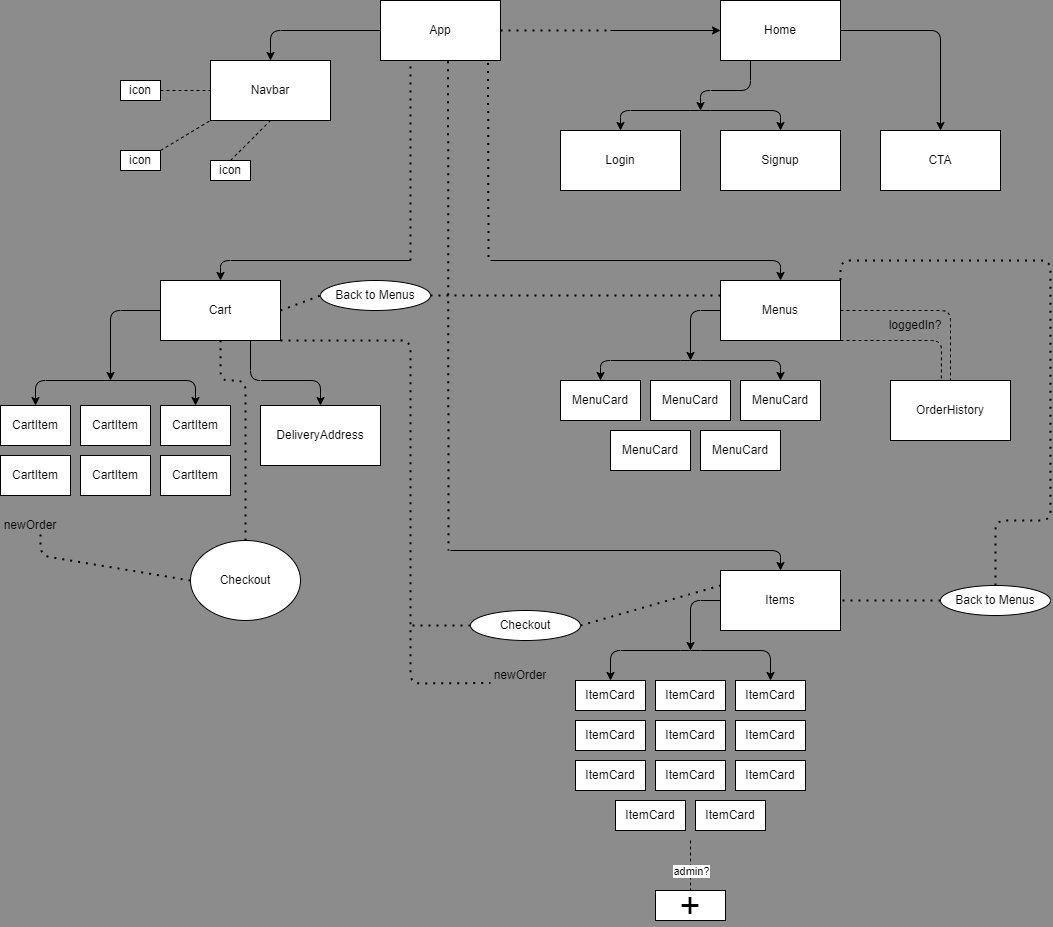
This is public/media/v1.png from matthewkohn/food-court-delivery, a draw.io export, as it was before one commit. Source tidied: cells renumbered, new cells last; positions are measured from the earlier drawing's top-left corner, leaving out a move shared by most shapes.
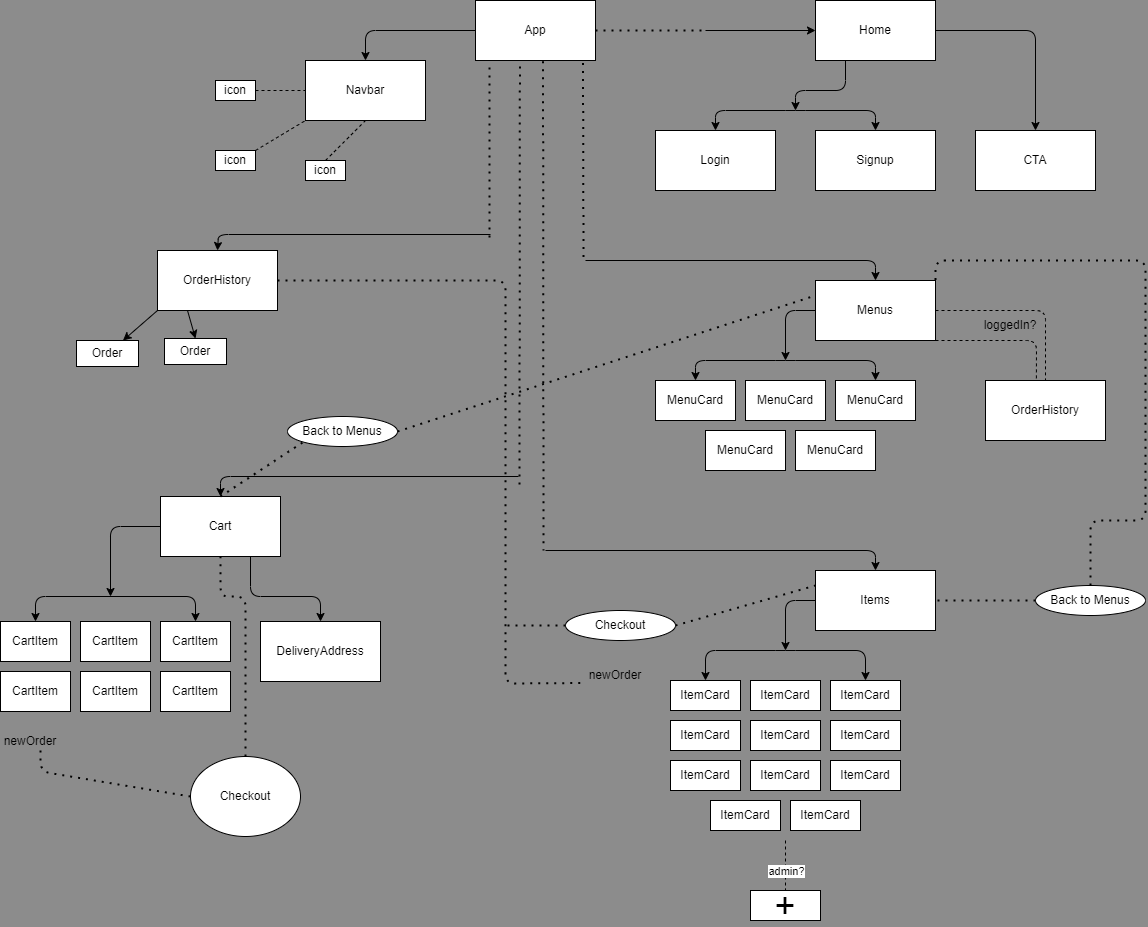
Above is the later version.

Diff of the diagram source:
```diff
@@ -238,73 +238,78 @@
       </mxGeometry>
     </mxCell>
     <mxCell id="55" value="Cart" style="rounded=0;whiteSpace=wrap;html=1;" parent="1" vertex="1">
-      <mxGeometry x="160" y="280" width="120" height="60" as="geometry" />
+      <mxGeometry x="65" y="496" width="120" height="60" as="geometry" />
     </mxCell>
-    <mxCell id="56" style="endArrow=none;dashed=1;html=1;dashPattern=1 3;strokeWidth=2;entryX=0.25;entryY=1;entryDx=0;entryDy=0;" parent="1" edge="1" target="2">
+    <mxCell id="56" style="endArrow=none;dashed=1;html=1;dashPattern=1 3;strokeWidth=2;" parent="1" edge="1">
       <mxGeometry relative="1" as="geometry">
-        <mxPoint x="410" y="260" as="sourcePoint" />
+        <mxPoint x="394" y="237" as="sourcePoint" />
+        <mxPoint x="394" y="63" as="targetPoint" />
+        <Array as="points">
+          <mxPoint x="394" y="237" />
+          <mxPoint x="394" y="209" />
+        </Array>
       </mxGeometry>
     </mxCell>
     <mxCell id="57" style="endArrow=classic;html=1;entryX=0.5;entryY=0;entryDx=0;entryDy=0;" parent="1" edge="1" target="55">
       <mxGeometry relative="1" as="geometry">
-        <mxPoint x="410" y="260" as="sourcePoint" />
+        <mxPoint x="423" y="476" as="sourcePoint" />
         <Array as="points">
-          <mxPoint x="220" y="260" />
+          <mxPoint x="125" y="476" />
         </Array>
       </mxGeometry>
     </mxCell>
     <mxCell id="58" value="CartItem" style="rounded=0;whiteSpace=wrap;html=1;" parent="1" vertex="1">
-      <mxGeometry y="405" width="70" height="40" as="geometry" />
+      <mxGeometry x="-95" y="621" width="70" height="40" as="geometry" />
     </mxCell>
     <mxCell id="59" value="CartItem" style="rounded=0;whiteSpace=wrap;html=1;" parent="1" vertex="1">
-      <mxGeometry x="80" y="455" width="70" height="40" as="geometry" />
+      <mxGeometry x="-15" y="671" width="70" height="40" as="geometry" />
     </mxCell>
     <mxCell id="60" value="CartItem" style="rounded=0;whiteSpace=wrap;html=1;" parent="1" vertex="1">
-      <mxGeometry x="80" y="405" width="70" height="40" as="geometry" />
+      <mxGeometry x="-15" y="621" width="70" height="40" as="geometry" />
     </mxCell>
     <mxCell id="61" value="CartItem" style="rounded=0;whiteSpace=wrap;html=1;" parent="1" vertex="1">
-      <mxGeometry y="455" width="70" height="40" as="geometry" />
+      <mxGeometry x="-95" y="671" width="70" height="40" as="geometry" />
     </mxCell>
     <mxCell id="62" value="CartItem" style="rounded=0;whiteSpace=wrap;html=1;" parent="1" vertex="1">
-      <mxGeometry x="160" y="455" width="70" height="40" as="geometry" />
+      <mxGeometry x="65" y="671" width="70" height="40" as="geometry" />
     </mxCell>
     <mxCell id="63" value="CartItem" style="rounded=0;whiteSpace=wrap;html=1;" parent="1" vertex="1">
-      <mxGeometry x="160" y="405" width="70" height="40" as="geometry" />
+      <mxGeometry x="65" y="621" width="70" height="40" as="geometry" />
     </mxCell>
     <mxCell id="64" style="endArrow=classic;html=1;exitX=0;exitY=0.5;exitDx=0;exitDy=0;" parent="1" edge="1" source="55">
       <mxGeometry relative="1" as="geometry">
-        <mxPoint x="110" y="380" as="targetPoint" />
+        <mxPoint x="15" y="596" as="targetPoint" />
         <Array as="points">
-          <mxPoint x="110" y="310" />
+          <mxPoint x="15" y="526" />
         </Array>
       </mxGeometry>
     </mxCell>
     <mxCell id="65" style="endArrow=classic;startArrow=classic;html=1;exitX=0.5;exitY=0;exitDx=0;exitDy=0;entryX=0.5;entryY=0;entryDx=0;entryDy=0;" parent="1" edge="1" source="58" target="63">
       <mxGeometry relative="1" as="geometry">
         <Array as="points">
-          <mxPoint x="35" y="380" />
-          <mxPoint x="195" y="380" />
+          <mxPoint x="-60" y="596" />
+          <mxPoint x="100" y="596" />
         </Array>
       </mxGeometry>
     </mxCell>
     <mxCell id="66" value="DeliveryAddress" style="rounded=0;whiteSpace=wrap;html=1;" parent="1" vertex="1">
-      <mxGeometry x="260" y="405" width="120" height="60" as="geometry" />
+      <mxGeometry x="165" y="621" width="120" height="60" as="geometry" />
     </mxCell>
     <mxCell id="67" style="endArrow=classic;html=1;exitX=0.75;exitY=1;exitDx=0;exitDy=0;entryX=0.5;entryY=0;entryDx=0;entryDy=0;" parent="1" edge="1" source="55" target="66">
       <mxGeometry relative="1" as="geometry">
         <Array as="points">
-          <mxPoint x="250" y="380" />
-          <mxPoint x="320" y="380" />
+          <mxPoint x="155" y="596" />
+          <mxPoint x="225" y="596" />
         </Array>
       </mxGeometry>
     </mxCell>
     <mxCell id="68" value="Back to Menus" style="ellipse;whiteSpace=wrap;html=1;" parent="1" vertex="1">
-      <mxGeometry x="320" y="280" width="110" height="30" as="geometry" />
+      <mxGeometry x="192" y="416" width="110" height="30" as="geometry" />
     </mxCell>
     <mxCell id="69" value="Checkout" style="ellipse;whiteSpace=wrap;html=1;" parent="1" vertex="1">
-      <mxGeometry x="190" y="540" width="110" height="80" as="geometry" />
+      <mxGeometry x="95" y="756" width="110" height="80" as="geometry" />
     </mxCell>
-    <mxCell id="70" style="endArrow=none;dashed=1;html=1;dashPattern=1 3;strokeWidth=2;exitX=1;exitY=0.5;exitDx=0;exitDy=0;entryX=0;entryY=0.5;entryDx=0;entryDy=0;" parent="1" edge="1" source="55" target="68">
+    <mxCell id="70" style="endArrow=none;dashed=1;html=1;dashPattern=1 3;strokeWidth=2;exitX=0.5;exitY=0;exitDx=0;exitDy=0;entryX=0;entryY=1;entryDx=0;entryDy=0;" parent="1" edge="1" source="55" target="68">
       <mxGeometry relative="1" as="geometry" />
     </mxCell>
     <mxCell id="71" style="endArrow=none;dashed=1;html=1;dashPattern=1 3;strokeWidth=2;exitX=1;exitY=0.5;exitDx=0;exitDy=0;entryX=0;entryY=0.25;entryDx=0;entryDy=0;" parent="1" edge="1" source="68" target="11">
@@ -313,29 +318,29 @@
     <mxCell id="72" style="endArrow=none;dashed=1;html=1;dashPattern=1 3;strokeWidth=2;exitX=0.5;exitY=0;exitDx=0;exitDy=0;entryX=0.5;entryY=1;entryDx=0;entryDy=0;" parent="1" edge="1" source="69" target="55">
       <mxGeometry relative="1" as="geometry">
         <Array as="points">
-          <mxPoint x="245" y="380" />
-          <mxPoint x="220" y="380" />
+          <mxPoint x="150" y="596" />
+          <mxPoint x="125" y="596" />
         </Array>
       </mxGeometry>
     </mxCell>
     <mxCell id="73" style="endArrow=none;dashed=1;html=1;dashPattern=1 3;strokeWidth=2;exitX=0;exitY=0.5;exitDx=0;exitDy=0;" parent="1" edge="1" source="69">
       <mxGeometry relative="1" as="geometry">
-        <mxPoint x="40" y="530" as="targetPoint" />
+        <mxPoint x="-55" y="746" as="targetPoint" />
         <Array as="points">
-          <mxPoint x="40" y="555" />
+          <mxPoint x="-55" y="771" />
         </Array>
       </mxGeometry>
     </mxCell>
     <mxCell id="74" value="newOrder" style="text;html=1;strokeColor=none;fillColor=none;align=center;verticalAlign=middle;whiteSpace=wrap;rounded=0;" parent="1" vertex="1">
-      <mxGeometry y="510" width="60" height="30" as="geometry" />
+      <mxGeometry x="-95" y="726" width="60" height="30" as="geometry" />
     </mxCell>
     <mxCell id="75" value="newOrder" style="text;html=1;strokeColor=none;fillColor=none;align=center;verticalAlign=middle;whiteSpace=wrap;rounded=0;" parent="1" vertex="1">
       <mxGeometry x="490" y="660" width="60" height="30" as="geometry" />
     </mxCell>
-    <mxCell id="76" style="endArrow=none;dashed=1;html=1;dashPattern=1 3;strokeWidth=2;exitX=1;exitY=1;exitDx=0;exitDy=0;entryX=0;entryY=0.75;entryDx=0;entryDy=0;" parent="1" edge="1" source="55" target="75">
+    <mxCell id="76" style="endArrow=none;dashed=1;html=1;dashPattern=1 3;strokeWidth=2;exitX=1;exitY=0.5;exitDx=0;exitDy=0;entryX=0;entryY=0.75;entryDx=0;entryDy=0;" parent="1" edge="1" source="81" target="75">
       <mxGeometry relative="1" as="geometry">
         <Array as="points">
-          <mxPoint x="410" y="340" />
+          <mxPoint x="410" y="280" />
           <mxPoint x="410" y="683" />
         </Array>
       </mxGeometry>
@@ -358,5 +363,33 @@
         <mxPoint x="410" y="625" as="targetPoint" />
       </mxGeometry>
     </mxCell>
+    <mxCell id="81" value="OrderHistory" style="rounded=0;whiteSpace=wrap;html=1;" parent="1" vertex="1">
+      <mxGeometry x="62" y="250" width="120" height="60" as="geometry" />
+    </mxCell>
+    <mxCell id="82" value="Order" style="rounded=0;whiteSpace=wrap;html=1;" parent="1" vertex="1">
+      <mxGeometry x="-19" y="340" width="62" height="26" as="geometry" />
+    </mxCell>
+    <mxCell id="83" value="Order" style="rounded=0;whiteSpace=wrap;html=1;" parent="1" vertex="1">
+      <mxGeometry x="69" y="338" width="62" height="26" as="geometry" />
+    </mxCell>
+    <mxCell id="84" style="endArrow=classic;html=1;exitX=0;exitY=1;exitDx=0;exitDy=0;entryX=0.75;entryY=0;entryDx=0;entryDy=0;" parent="1" edge="1" source="81" target="82">
+      <mxGeometry relative="1" as="geometry" />
+    </mxCell>
+    <mxCell id="85" style="endArrow=classic;html=1;exitX=0.25;exitY=1;exitDx=0;exitDy=0;entryX=0.5;entryY=0;entryDx=0;entryDy=0;" parent="1" edge="1" source="81" target="83">
+      <mxGeometry relative="1" as="geometry" />
+    </mxCell>
+    <mxCell id="86" style="endArrow=classic;html=1;entryX=0.5;entryY=0;entryDx=0;entryDy=0;" parent="1" edge="1" target="81">
+      <mxGeometry relative="1" as="geometry">
+        <mxPoint x="395" y="234" as="sourcePoint" />
+        <Array as="points">
+          <mxPoint x="123" y="234" />
+        </Array>
+      </mxGeometry>
+    </mxCell>
+    <mxCell id="87" style="endArrow=none;dashed=1;html=1;dashPattern=1 3;strokeWidth=2;entryX=0.37;entryY=1.045;entryDx=0;entryDy=0;entryPerimeter=0;" parent="1" edge="1" target="2">
+      <mxGeometry relative="1" as="geometry">
+        <mxPoint x="424" y="484" as="sourcePoint" />
+      </mxGeometry>
+    </mxCell>
   </root>
 </mxGraphModel>
```
